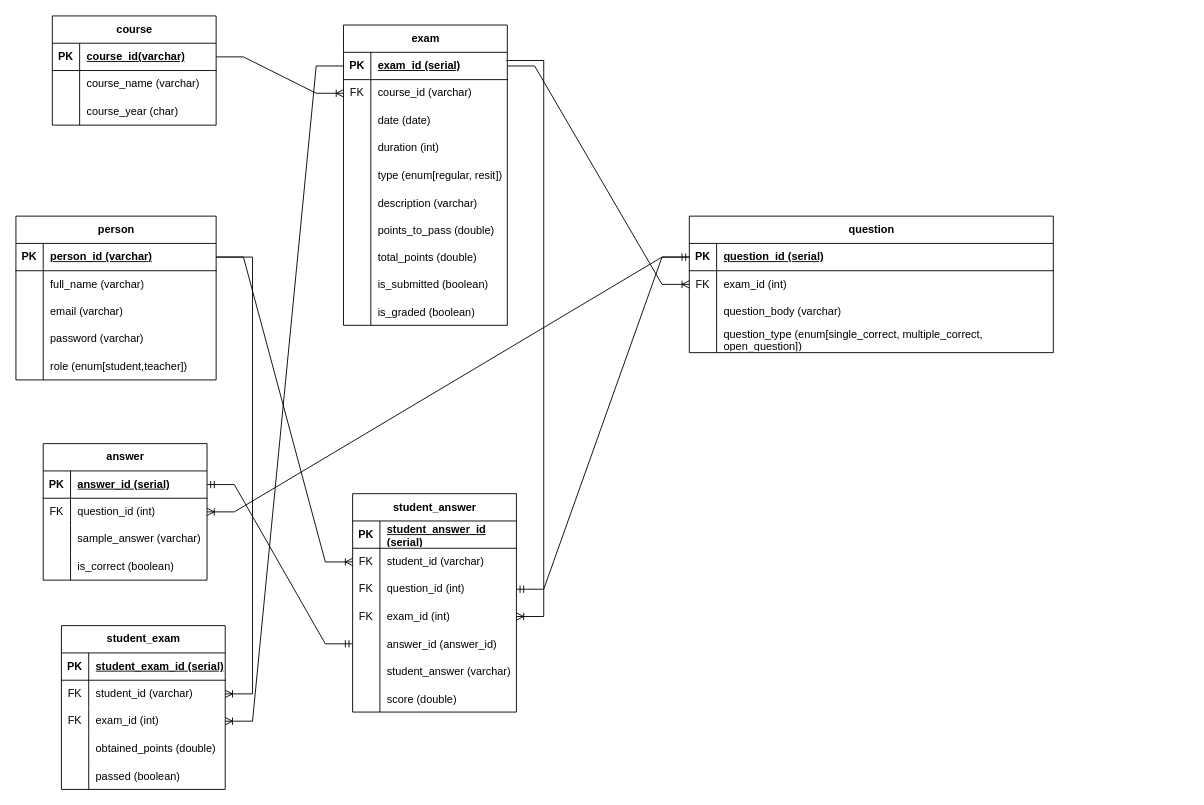
Above: diagrams/DatabaseDiagram.drawio in KMichaylov/exsys (draw.io), before the change. Source tidied: cells renumbered, new cells numbered last; positions are measured from the earlier drawing's top-left corner, leaving out a move shared by most shapes. Both pictures are drawn from the tidied source at 91%, with x=0, y=0 at pixel (15, 15).
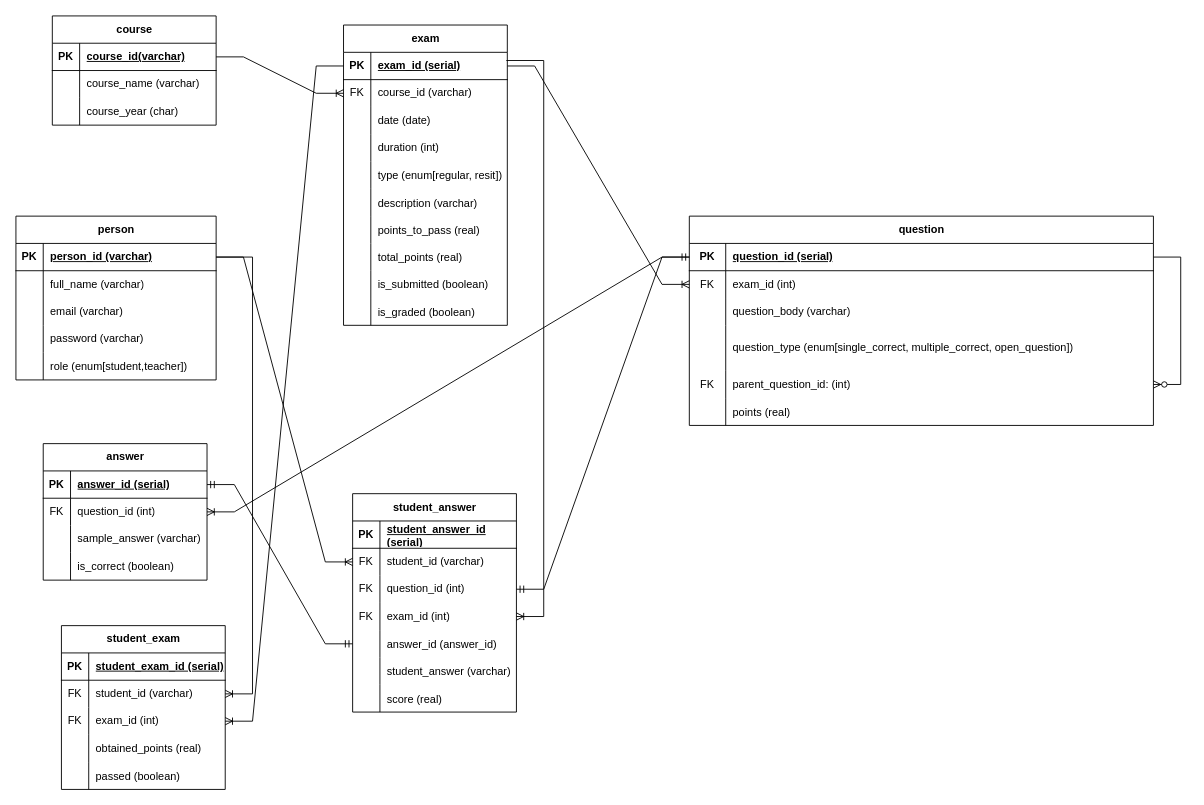
Above is the later version.

Commit message (it also covers changes not shown here):
Update database diagram and script

The change refers to these unchanged cells:
```xml
<mxCell id="64" style="shape=tableRow;horizontal=0;startSize=0;swimlaneHead=0;swimlaneBody=0;fillColor=none;top=0;left=0;right=0;bottom=0;" parent="54" vertex="1">
  <mxGeometry y="120" width="180" height="30" as="geometry" />
</mxCell>
<mxCell id="89" style="shape=tableRow;horizontal=0;startSize=0;swimlaneHead=0;swimlaneBody=0;fillColor=none;top=0;left=0;right=0;bottom=0;" parent="70" vertex="1">
  <mxGeometry y="210" width="180" height="30" as="geometry" />
</mxCell>
<mxCell id="92" style="shape=tableRow;horizontal=0;startSize=0;swimlaneHead=0;swimlaneBody=0;fillColor=none;top=0;left=0;right=0;bottom=0;" parent="70" vertex="1">
  <mxGeometry y="240" width="180" height="30" as="geometry" />
</mxCell>
<mxCell id="120" style="shape=tableRow;horizontal=0;startSize=0;swimlaneHead=0;swimlaneBody=0;fillColor=none;top=0;left=0;right=0;bottom=0;" parent="101" vertex="1">
  <mxGeometry y="210" width="180" height="30" as="geometry" />
</mxCell>
```

What changed in the source:
```diff
@@
     <mxCell id="12" value="question" style="shape=table;startSize=30;childLayout=tableLayout;rowLines=0;fontStyle=1;align=center;html=1;" parent="1" vertex="1">
-      <mxGeometry x="740" y="220" width="400" height="150" as="geometry" />
+      <mxGeometry x="740" y="220" width="510" height="230" as="geometry" />
     </mxCell>
     <mxCell id="13" style="shape=tableRow;horizontal=0;startSize=0;swimlaneHead=0;swimlaneBody=0;fillColor=none;points=[[0,0.5],[1,0.5]];portConstraint=eastwest;top=0;left=0;right=0;bottom=1;" parent="12" vertex="1">
-      <mxGeometry y="30" width="400" height="30" as="geometry" />
+      <mxGeometry y="30" width="510" height="30" as="geometry" />
     </mxCell>
     <mxCell id="14" value="PK" style="shape=partialRectangle;fillColor=none;top=0;left=0;bottom=0;right=0;fontStyle=1;overflow=hidden;whiteSpace=wrap;html=1;" parent="13" vertex="1">
-      <mxGeometry width="30" height="30" as="geometry" />
+      <mxGeometry width="40" height="30" as="geometry" />
     </mxCell>
     <mxCell id="15" value="question_id (serial)" style="shape=partialRectangle;fillColor=none;top=0;left=0;bottom=0;right=0;align=left;spacingLeft=6;fontStyle=5;overflow=hidden;whiteSpace=wrap;html=1;" parent="13" vertex="1">
-      <mxGeometry x="30" width="370" height="30" as="geometry" />
+      <mxGeometry x="40" width="470" height="30" as="geometry" />
     </mxCell>
     <mxCell id="16" style="shape=tableRow;horizontal=0;startSize=0;swimlaneHead=0;swimlaneBody=0;fillColor=none;points=[[0,0.5],[1,0.5]];portConstraint=eastwest;top=0;left=0;right=0;bottom=0;" parent="12" vertex="1">
-      <mxGeometry y="60" width="400" height="30" as="geometry" />
+      <mxGeometry y="60" width="510" height="30" as="geometry" />
     </mxCell>
     <mxCell id="17" value="FK" style="shape=partialRectangle;fillColor=none;top=0;left=0;bottom=0;right=0;overflow=hidden;whiteSpace=wrap;html=1;" parent="16" vertex="1">
-      <mxGeometry width="30" height="30" as="geometry" />
+      <mxGeometry width="40" height="30" as="geometry" />
     </mxCell>
     <mxCell id="18" value="exam_id (int)" style="shape=partialRectangle;fillColor=none;top=0;left=0;bottom=0;right=0;align=left;spacingLeft=6;overflow=hidden;whiteSpace=wrap;html=1;" parent="16" vertex="1">
-      <mxGeometry x="30" width="370" height="30" as="geometry" />
+      <mxGeometry x="40" width="470" height="30" as="geometry" />
     </mxCell>
     <mxCell id="19" style="shape=tableRow;horizontal=0;startSize=0;swimlaneHead=0;swimlaneBody=0;fillColor=none;top=0;left=0;right=0;bottom=0;" parent="12" vertex="1">
-      <mxGeometry y="90" width="400" height="30" as="geometry" />
+      <mxGeometry y="90" width="510" height="30" as="geometry" />
     </mxCell>
     <mxCell id="20" style="shape=partialRectangle;fillColor=none;top=0;left=0;bottom=0;right=0;overflow=hidden;whiteSpace=wrap;html=1;" parent="19" vertex="1">
-      <mxGeometry width="30" height="30" as="geometry" />
+      <mxGeometry width="40" height="30" as="geometry" />
     </mxCell>
     <mxCell id="21" value="question_body (varchar)" style="shape=partialRectangle;fillColor=none;top=0;left=0;bottom=0;right=0;align=left;spacingLeft=6;overflow=hidden;whiteSpace=wrap;html=1;" parent="19" vertex="1">
-      <mxGeometry x="30" width="370" height="30" as="geometry" />
+      <mxGeometry x="40" width="470" height="30" as="geometry" />
     </mxCell>
     <mxCell id="22" style="shape=tableRow;horizontal=0;startSize=0;swimlaneHead=0;swimlaneBody=0;fillColor=none;top=0;left=0;right=0;bottom=0;" parent="12" vertex="1">
-      <mxGeometry y="120" width="400" height="30" as="geometry" />
+      <mxGeometry y="120" width="510" height="50" as="geometry" />
     </mxCell>
     <mxCell id="23" style="shape=partialRectangle;fillColor=none;top=0;left=0;bottom=0;right=0;overflow=hidden;whiteSpace=wrap;html=1;" parent="22" vertex="1">
-      <mxGeometry width="30" height="30" as="geometry" />
+      <mxGeometry width="40" height="50" as="geometry" />
     </mxCell>
     <mxCell id="24" value="question_type (enum[single_correct, multiple_correct, open_question])" style="shape=partialRectangle;fillColor=none;top=0;left=0;bottom=0;right=0;align=left;spacingLeft=6;overflow=hidden;whiteSpace=wrap;html=1;" parent="22" vertex="1">
-      <mxGeometry x="30" width="370" height="30" as="geometry" />
+      <mxGeometry x="40" width="470" height="50" as="geometry" />
     </mxCell>
+    <mxCell id="132" style="shape=tableRow;horizontal=0;startSize=0;swimlaneHead=0;swimlaneBody=0;fillColor=none;points=[[0,0.5],[1,0.5]];portConstraint=eastwest;top=0;left=0;right=0;bottom=0;" parent="12" vertex="1">
+      <mxGeometry y="170" width="510" height="30" as="geometry" />
+    </mxCell>
+    <mxCell id="133" value="FK" style="shape=partialRectangle;fillColor=none;top=0;left=0;bottom=0;right=0;fontStyle=0;overflow=hidden;whiteSpace=wrap;html=1;" parent="132" vertex="1">
+      <mxGeometry width="40" height="30" as="geometry" />
+    </mxCell>
+    <mxCell id="134" value="parent_question_id: (int)" style="shape=partialRectangle;fillColor=none;top=0;left=0;bottom=0;right=0;align=left;spacingLeft=6;fontStyle=0;overflow=hidden;whiteSpace=wrap;html=1;" parent="132" vertex="1">
+      <mxGeometry x="40" width="470" height="30" as="geometry" />
+    </mxCell>
+    <mxCell id="135" style="shape=tableRow;horizontal=0;startSize=0;swimlaneHead=0;swimlaneBody=0;fillColor=none;top=0;left=0;right=0;bottom=0;" parent="12" vertex="1">
+      <mxGeometry y="200" width="510" height="30" as="geometry" />
+    </mxCell>
+    <mxCell id="136" style="shape=partialRectangle;fillColor=none;top=0;left=0;bottom=0;right=0;overflow=hidden;" parent="135" vertex="1">
+      <mxGeometry width="40" height="30" as="geometry" />
+    </mxCell>
+    <mxCell id="137" value="points (real)" style="shape=partialRectangle;fillColor=none;top=0;left=0;bottom=0;right=0;align=left;spacingLeft=6;overflow=hidden;" parent="135" vertex="1">
+      <mxGeometry x="40" width="470" height="30" as="geometry" />
+    </mxCell>
+    <mxCell id="138" style="edgeStyle=entityRelationEdgeStyle;fontSize=12;html=1;endArrow=ERzeroToMany;endFill=1;rounded=0;exitX=1;exitY=0.5;exitDx=0;exitDy=0;entryX=1;entryY=0.5;entryDx=0;entryDy=0;" parent="12" edge="1" source="13" target="132">
+      <mxGeometry relative="1" as="geometry" />
+    </mxCell>
@@
-    <mxCell id="66" value="obtained_points (double)" style="shape=partialRectangle;fillColor=none;top=0;left=0;bottom=0;right=0;align=left;spacingLeft=6;overflow=hidden;whiteSpace=wrap;html=1;" parent="64" vertex="1">
+    <mxCell id="66" value="obtained_points (real)" style="shape=partialRectangle;fillColor=none;top=0;left=0;bottom=0;right=0;align=left;spacingLeft=6;overflow=hidden;whiteSpace=wrap;html=1;" parent="64" vertex="1">
       <mxGeometry x="30" width="150" height="30" as="geometry" />
     </mxCell>
@@
-    <mxCell id="91" value="points_to_pass (double)" style="shape=partialRectangle;fillColor=none;top=0;left=0;bottom=0;right=0;align=left;spacingLeft=6;overflow=hidden;" parent="89" vertex="1">
+    <mxCell id="91" value="points_to_pass (real)" style="shape=partialRectangle;fillColor=none;top=0;left=0;bottom=0;right=0;align=left;spacingLeft=6;overflow=hidden;" parent="89" vertex="1">
       <mxGeometry x="30" width="150" height="30" as="geometry" />
     </mxCell>
@@
-    <mxCell id="94" value="total_points (double)" style="shape=partialRectangle;fillColor=none;top=0;left=0;bottom=0;right=0;align=left;spacingLeft=6;overflow=hidden;" parent="92" vertex="1">
+    <mxCell id="94" value="total_points (real)" style="shape=partialRectangle;fillColor=none;top=0;left=0;bottom=0;right=0;align=left;spacingLeft=6;overflow=hidden;" parent="92" vertex="1">
       <mxGeometry x="30" width="150" height="30" as="geometry" />
     </mxCell>
@@
-    <mxCell id="122" value="score (double)" style="shape=partialRectangle;fillColor=none;top=0;left=0;bottom=0;right=0;align=left;spacingLeft=6;overflow=hidden;" parent="120" vertex="1">
+    <mxCell id="122" value="score (real)" style="shape=partialRectangle;fillColor=none;top=0;left=0;bottom=0;right=0;align=left;spacingLeft=6;overflow=hidden;" parent="120" vertex="1">
       <mxGeometry x="30" width="150" height="30" as="geometry" />
     </mxCell>
```
